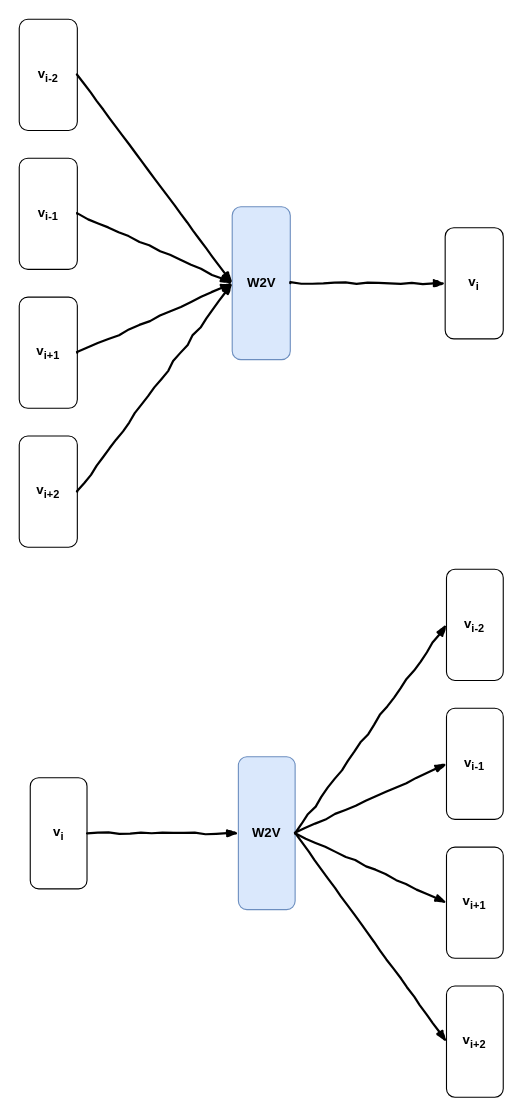
Before: images/draw.io/cbow-skipg.drawio in atis06/thesis, a draw.io diagram. Source tidied: cells renumbered, new cells numbered last; positions are measured from the earlier drawing's top-left corner, leaving out a move shared by most shapes. Both pictures are drawn from the tidied source at 110%, with x=0, y=0 at pixel (19, 19).
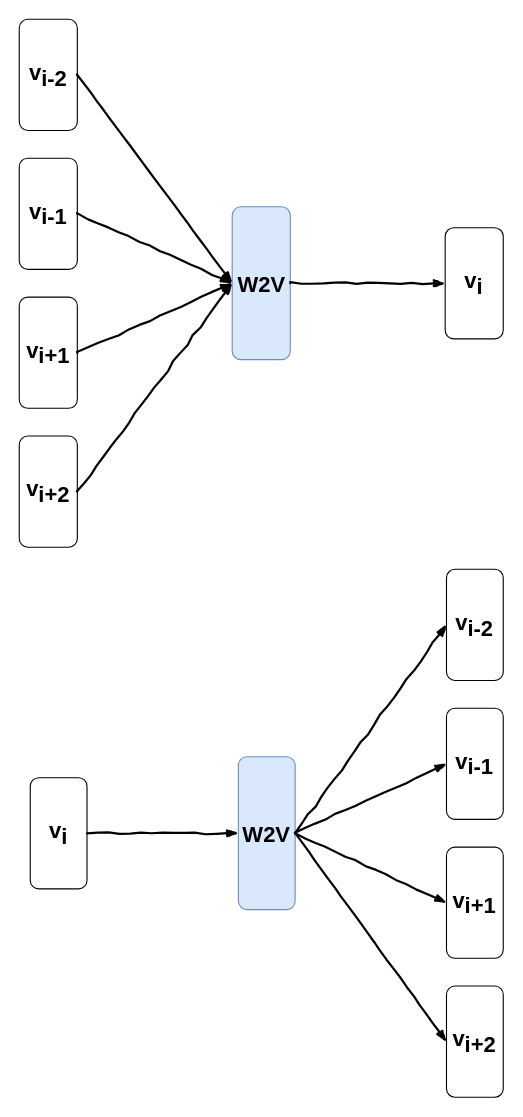
Above is the later version.

Change to the diagram source:
```diff
@@
-    <mxCell id="2" style="group;" parent="1" vertex="1">
+    <mxCell id="2" style="group;fontSize=20;" parent="1" vertex="1">
       <mxGeometry width="440" height="480" as="geometry" />
     </mxCell>
-    <mxCell id="3" value="v&lt;sub&gt;i-2&lt;/sub&gt;" style="rounded=1;whiteSpace=wrap;html=1;fontStyle=1;" parent="2" vertex="1">
+    <mxCell id="3" value="v&lt;sub style=&quot;font-size: 20px;&quot;&gt;i-2&lt;/sub&gt;" style="rounded=1;whiteSpace=wrap;html=1;fontStyle=1;fontSize=20;" parent="2" vertex="1">
       <mxGeometry width="52.8" height="101.1" as="geometry" />
     </mxCell>
-    <mxCell id="4" value="v&lt;sub&gt;i-1&lt;/sub&gt;" style="rounded=1;whiteSpace=wrap;html=1;fontStyle=1;" parent="2" vertex="1">
+    <mxCell id="4" value="v&lt;sub style=&quot;font-size: 20px;&quot;&gt;i-1&lt;/sub&gt;" style="rounded=1;whiteSpace=wrap;html=1;fontStyle=1;fontSize=20;" parent="2" vertex="1">
       <mxGeometry y="126.3" width="52.8" height="101.1" as="geometry" />
     </mxCell>
-    <mxCell id="5" value="v&lt;sub&gt;i+1&lt;/sub&gt;" style="rounded=1;whiteSpace=wrap;html=1;fontStyle=1;" parent="2" vertex="1">
+    <mxCell id="5" value="v&lt;sub style=&quot;font-size: 20px;&quot;&gt;i+1&lt;/sub&gt;" style="rounded=1;whiteSpace=wrap;html=1;fontStyle=1;fontSize=20;" parent="2" vertex="1">
       <mxGeometry y="252.6" width="52.8" height="101.1" as="geometry" />
     </mxCell>
-    <mxCell id="6" value="v&lt;sub&gt;i+2&lt;/sub&gt;" style="rounded=1;whiteSpace=wrap;html=1;fontStyle=1;" parent="2" vertex="1">
+    <mxCell id="6" value="v&lt;sub style=&quot;font-size: 20px;&quot;&gt;i+2&lt;/sub&gt;" style="rounded=1;whiteSpace=wrap;html=1;fontStyle=1;fontSize=20;" parent="2" vertex="1">
       <mxGeometry y="378.9" width="52.8" height="101.1" as="geometry" />
     </mxCell>
-    <mxCell id="7" value="&lt;b&gt;W2V&lt;/b&gt;" style="rounded=1;whiteSpace=wrap;html=1;fillColor=#dae8fc;strokeColor=#6c8ebf;" parent="2" vertex="1">
+    <mxCell id="7" value="&lt;b style=&quot;font-size: 20px;&quot;&gt;W2V&lt;/b&gt;" style="rounded=1;whiteSpace=wrap;html=1;fillColor=#dae8fc;strokeColor=#6c8ebf;fontSize=20;" parent="2" vertex="1">
       <mxGeometry x="193.6" y="170.5" width="52.8" height="138.9" as="geometry" />
     </mxCell>
-    <mxCell id="8" value="v&lt;sub&gt;i&lt;/sub&gt;" style="rounded=1;whiteSpace=wrap;html=1;fontStyle=1;" parent="2" vertex="1">
+    <mxCell id="8" value="v&lt;sub style=&quot;font-size: 20px;&quot;&gt;i&lt;/sub&gt;" style="rounded=1;whiteSpace=wrap;html=1;fontStyle=1;fontSize=20;" parent="2" vertex="1">
       <mxGeometry x="387.2" y="189.5" width="52.8" height="101.1" as="geometry" />
     </mxCell>
-    <mxCell id="9" style="rounded=0;comic=1;strokeWidth=2;endArrow=blockThin;html=1;fontFamily=Comic Sans MS;fontStyle=1;exitX=1;exitY=0.5;exitDx=0;exitDy=0;entryX=0;entryY=0.5;entryDx=0;entryDy=0;" parent="2" edge="1" source="3" target="7">
+    <mxCell id="9" style="rounded=0;comic=1;strokeWidth=2;endArrow=blockThin;html=1;fontFamily=Comic Sans MS;fontStyle=1;exitX=1;exitY=0.5;exitDx=0;exitDy=0;entryX=0;entryY=0.5;entryDx=0;entryDy=0;fontSize=20;" parent="2" edge="1" source="3" target="7">
       <mxGeometry relative="1" as="geometry" />
     </mxCell>
-    <mxCell id="10" style="rounded=0;comic=1;strokeWidth=2;endArrow=blockThin;html=1;fontFamily=Comic Sans MS;fontStyle=1;exitX=1;exitY=0.5;exitDx=0;exitDy=0;entryX=0;entryY=0.5;entryDx=0;entryDy=0;" parent="2" edge="1" source="4" target="7">
+    <mxCell id="10" style="rounded=0;comic=1;strokeWidth=2;endArrow=blockThin;html=1;fontFamily=Comic Sans MS;fontStyle=1;exitX=1;exitY=0.5;exitDx=0;exitDy=0;entryX=0;entryY=0.5;entryDx=0;entryDy=0;fontSize=20;" parent="2" edge="1" source="4" target="7">
       <mxGeometry relative="1" as="geometry" />
     </mxCell>
-    <mxCell id="11" style="rounded=0;comic=1;strokeWidth=2;endArrow=blockThin;html=1;fontFamily=Comic Sans MS;fontStyle=1;entryX=0;entryY=0.5;entryDx=0;entryDy=0;" parent="2" edge="1" target="7">
+    <mxCell id="11" style="rounded=0;comic=1;strokeWidth=2;endArrow=blockThin;html=1;fontFamily=Comic Sans MS;fontStyle=1;entryX=0;entryY=0.5;entryDx=0;entryDy=0;fontSize=20;" parent="2" edge="1" target="7">
       <mxGeometry relative="1" as="geometry">
         <mxPoint x="52.8" y="303.2" as="sourcePoint" />
       </mxGeometry>
     </mxCell>
-    <mxCell id="12" style="rounded=0;comic=1;strokeWidth=2;endArrow=blockThin;html=1;fontFamily=Comic Sans MS;fontStyle=1;entryX=0;entryY=0.5;entryDx=0;entryDy=0;exitX=1;exitY=0.5;exitDx=0;exitDy=0;" parent="2" edge="1" source="6" target="7">
+    <mxCell id="12" style="rounded=0;comic=1;strokeWidth=2;endArrow=blockThin;html=1;fontFamily=Comic Sans MS;fontStyle=1;entryX=0;entryY=0.5;entryDx=0;entryDy=0;exitX=1;exitY=0.5;exitDx=0;exitDy=0;fontSize=20;" parent="2" edge="1" source="6" target="7">
       <mxGeometry relative="1" as="geometry" />
     </mxCell>
-    <mxCell id="13" style="rounded=0;comic=1;strokeWidth=2;endArrow=blockThin;html=1;fontFamily=Comic Sans MS;fontStyle=1;exitX=1;exitY=0.5;exitDx=0;exitDy=0;entryX=0;entryY=0.5;entryDx=0;entryDy=0;" parent="2" edge="1" source="7" target="8">
+    <mxCell id="13" style="rounded=0;comic=1;strokeWidth=2;endArrow=blockThin;html=1;fontFamily=Comic Sans MS;fontStyle=1;exitX=1;exitY=0.5;exitDx=0;exitDy=0;entryX=0;entryY=0.5;entryDx=0;entryDy=0;fontSize=20;" parent="2" edge="1" source="7" target="8">
       <mxGeometry relative="1" as="geometry" />
     </mxCell>
-    <mxCell id="14" style="group;" parent="1" vertex="1">
+    <mxCell id="14" style="group;fontSize=20;" parent="1" vertex="1">
       <mxGeometry x="10" y="500" width="430" height="480" as="geometry" />
     </mxCell>
-    <mxCell id="15" value="v&lt;sub&gt;i-2&lt;/sub&gt;" style="rounded=1;whiteSpace=wrap;html=1;fontStyle=1;" parent="14" vertex="1">
+    <mxCell id="15" value="v&lt;sub style=&quot;font-size: 20px;&quot;&gt;i-2&lt;/sub&gt;" style="rounded=1;whiteSpace=wrap;html=1;fontStyle=1;fontSize=20;" parent="14" vertex="1">
       <mxGeometry x="378.4" width="51.6" height="101.1" as="geometry" />
     </mxCell>
-    <mxCell id="16" value="v&lt;sub&gt;i-1&lt;/sub&gt;" style="rounded=1;whiteSpace=wrap;html=1;fontStyle=1;" parent="14" vertex="1">
+    <mxCell id="16" value="v&lt;sub style=&quot;font-size: 20px;&quot;&gt;i-1&lt;/sub&gt;" style="rounded=1;whiteSpace=wrap;html=1;fontStyle=1;fontSize=20;" parent="14" vertex="1">
       <mxGeometry x="378.4" y="126.3" width="51.6" height="101.1" as="geometry" />
     </mxCell>
-    <mxCell id="17" value="v&lt;sub&gt;i+1&lt;/sub&gt;" style="rounded=1;whiteSpace=wrap;html=1;fontStyle=1;" parent="14" vertex="1">
+    <mxCell id="17" value="v&lt;sub style=&quot;font-size: 20px;&quot;&gt;i+1&lt;/sub&gt;" style="rounded=1;whiteSpace=wrap;html=1;fontStyle=1;fontSize=20;" parent="14" vertex="1">
       <mxGeometry x="378.4" y="252.6" width="51.6" height="101.1" as="geometry" />
     </mxCell>
-    <mxCell id="18" value="v&lt;sub&gt;i+2&lt;/sub&gt;" style="rounded=1;whiteSpace=wrap;html=1;fontStyle=1;" parent="14" vertex="1">
+    <mxCell id="18" value="v&lt;sub style=&quot;font-size: 20px;&quot;&gt;i+2&lt;/sub&gt;" style="rounded=1;whiteSpace=wrap;html=1;fontStyle=1;fontSize=20;" parent="14" vertex="1">
       <mxGeometry x="378.4" y="378.9" width="51.6" height="101.1" as="geometry" />
     </mxCell>
-    <mxCell id="19" value="&lt;b&gt;W2V&lt;/b&gt;" style="rounded=1;whiteSpace=wrap;html=1;fillColor=#dae8fc;strokeColor=#6c8ebf;" parent="14" vertex="1">
+    <mxCell id="19" value="&lt;b style=&quot;font-size: 20px;&quot;&gt;W2V&lt;/b&gt;" style="rounded=1;whiteSpace=wrap;html=1;fillColor=#dae8fc;strokeColor=#6c8ebf;fontSize=20;" parent="14" vertex="1">
       <mxGeometry x="189.2" y="170.5" width="51.6" height="138.9" as="geometry" />
     </mxCell>
-    <mxCell id="20" value="v&lt;sub&gt;i&lt;/sub&gt;" style="rounded=1;whiteSpace=wrap;html=1;fontStyle=1;" parent="14" vertex="1">
+    <mxCell id="20" value="v&lt;sub style=&quot;font-size: 20px;&quot;&gt;i&lt;/sub&gt;" style="rounded=1;whiteSpace=wrap;html=1;fontStyle=1;fontSize=20;" parent="14" vertex="1">
       <mxGeometry y="189.5" width="51.6" height="101.1" as="geometry" />
     </mxCell>
-    <mxCell id="21" style="rounded=0;comic=1;strokeWidth=2;endArrow=blockThin;html=1;fontFamily=Comic Sans MS;fontStyle=1;exitX=1;exitY=0.5;exitDx=0;exitDy=0;entryX=0;entryY=0.5;entryDx=0;entryDy=0;" parent="14" edge="1" source="20" target="19">
+    <mxCell id="21" style="rounded=0;comic=1;strokeWidth=2;endArrow=blockThin;html=1;fontFamily=Comic Sans MS;fontStyle=1;exitX=1;exitY=0.5;exitDx=0;exitDy=0;entryX=0;entryY=0.5;entryDx=0;entryDy=0;fontSize=20;" parent="14" edge="1" source="20" target="19">
       <mxGeometry relative="1" as="geometry" />
     </mxCell>
-    <mxCell id="22" style="rounded=0;comic=1;strokeWidth=2;endArrow=blockThin;html=1;fontFamily=Comic Sans MS;fontStyle=1;exitX=1;exitY=0.5;exitDx=0;exitDy=0;entryX=0;entryY=0.5;entryDx=0;entryDy=0;" parent="14" edge="1" source="19" target="15">
+    <mxCell id="22" style="rounded=0;comic=1;strokeWidth=2;endArrow=blockThin;html=1;fontFamily=Comic Sans MS;fontStyle=1;exitX=1;exitY=0.5;exitDx=0;exitDy=0;entryX=0;entryY=0.5;entryDx=0;entryDy=0;fontSize=20;" parent="14" edge="1" source="19" target="15">
       <mxGeometry relative="1" as="geometry" />
     </mxCell>
-    <mxCell id="23" style="rounded=0;comic=1;strokeWidth=2;endArrow=blockThin;html=1;fontFamily=Comic Sans MS;fontStyle=1;entryX=0;entryY=0.5;entryDx=0;entryDy=0;" parent="14" edge="1" target="16">
+    <mxCell id="23" style="rounded=0;comic=1;strokeWidth=2;endArrow=blockThin;html=1;fontFamily=Comic Sans MS;fontStyle=1;entryX=0;entryY=0.5;entryDx=0;entryDy=0;fontSize=20;" parent="14" edge="1" target="16">
       <mxGeometry relative="1" as="geometry">
         <mxPoint x="240.8" y="240" as="sourcePoint" />
       </mxGeometry>
     </mxCell>
-    <mxCell id="24" style="rounded=0;comic=1;strokeWidth=2;endArrow=blockThin;html=1;fontFamily=Comic Sans MS;fontStyle=1;entryX=0;entryY=0.5;entryDx=0;entryDy=0;exitX=1;exitY=0.5;exitDx=0;exitDy=0;" parent="14" edge="1" source="19" target="17">
+    <mxCell id="24" style="rounded=0;comic=1;strokeWidth=2;endArrow=blockThin;html=1;fontFamily=Comic Sans MS;fontStyle=1;entryX=0;entryY=0.5;entryDx=0;entryDy=0;exitX=1;exitY=0.5;exitDx=0;exitDy=0;fontSize=20;" parent="14" edge="1" source="19" target="17">
       <mxGeometry relative="1" as="geometry" />
     </mxCell>
-    <mxCell id="25" style="rounded=0;comic=1;strokeWidth=2;endArrow=blockThin;html=1;fontFamily=Comic Sans MS;fontStyle=1;entryX=0;entryY=0.5;entryDx=0;entryDy=0;" parent="14" edge="1" target="18">
+    <mxCell id="25" style="rounded=0;comic=1;strokeWidth=2;endArrow=blockThin;html=1;fontFamily=Comic Sans MS;fontStyle=1;entryX=0;entryY=0.5;entryDx=0;entryDy=0;fontSize=20;" parent="14" edge="1" target="18">
       <mxGeometry relative="1" as="geometry">
         <mxPoint x="240.8" y="240" as="sourcePoint" />
       </mxGeometry>
     </mxCell>
```
